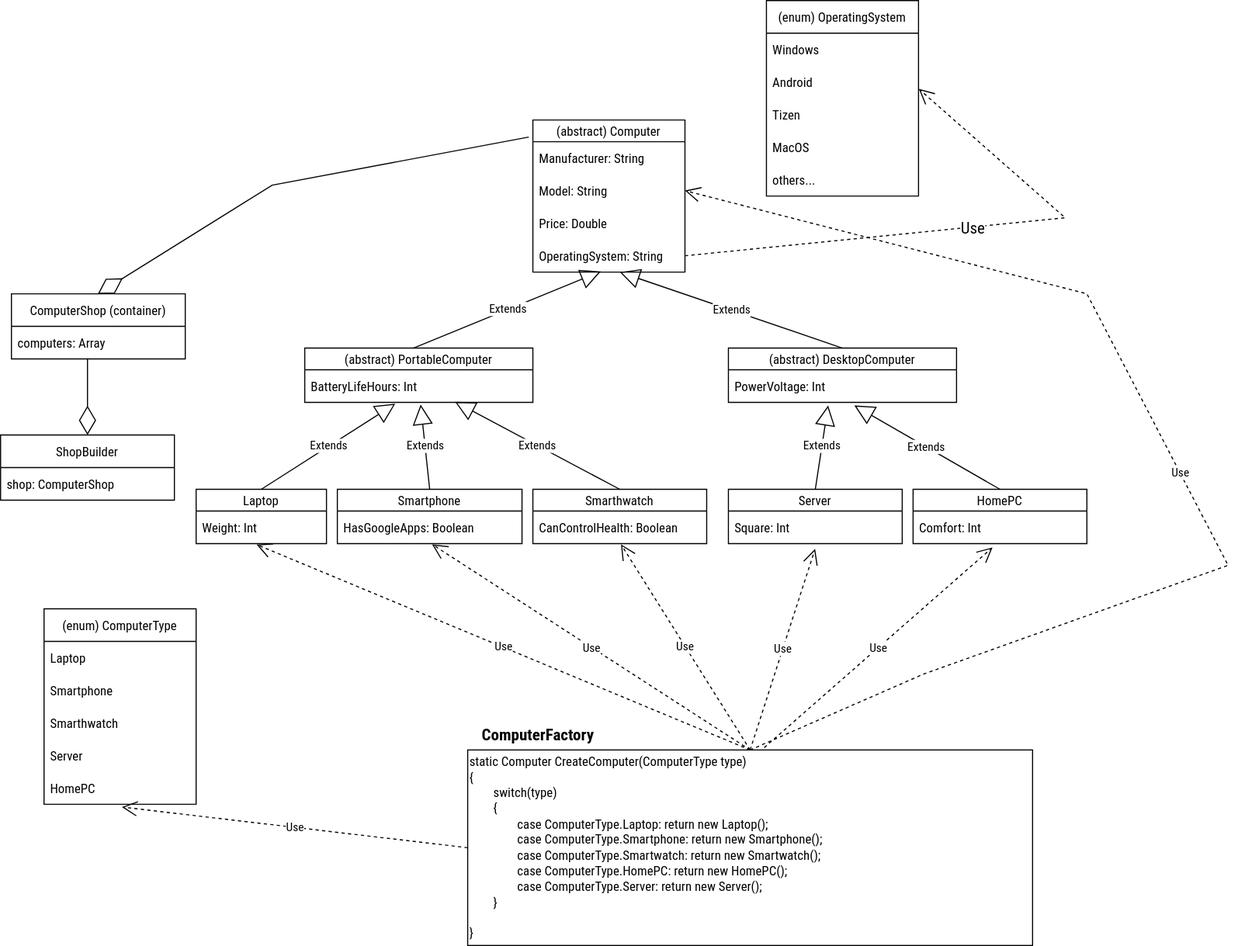
Earlier version of the draw.io export LR1/scheme.svg (user-of-github/BSUIR_Labs_Object-oriented-programming). Source tidied: cells renumbered, new cells last; positions are measured from the earlier drawing's top-left corner, leaving out a move shared by most shapes.
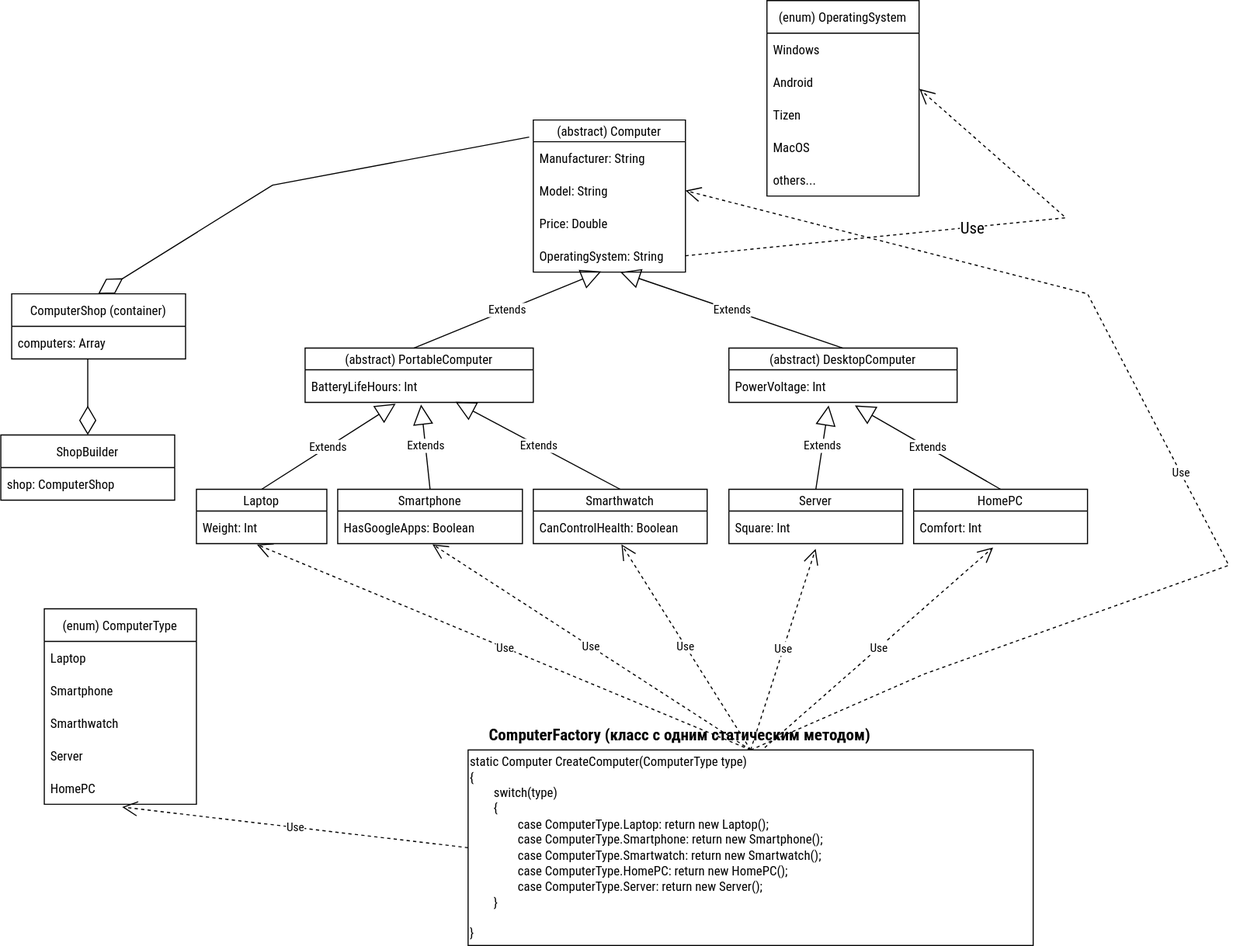
Above is the later version.

Change to the diagram source:
```diff
@@ -101,8 +101,8 @@
     <mxCell id="34" value="&lt;div&gt;static Computer CreateComputer(ComputerType type)&lt;/div&gt;&lt;div&gt;{&lt;/div&gt;&lt;div&gt;&lt;span&gt;&#9;&lt;/span&gt;&lt;span style=&quot;white-space: pre&quot;&gt;&#9;&lt;/span&gt;switch(type)&lt;/div&gt;&lt;div&gt;&lt;span&gt;&#9;&lt;/span&gt;&lt;span style=&quot;white-space: pre&quot;&gt;&#9;&lt;/span&gt;{&lt;/div&gt;&lt;div&gt;&lt;span&gt;&#9;&lt;span&gt;&#9;&lt;/span&gt;&lt;span style=&quot;white-space: pre&quot;&gt;&#9;&lt;/span&gt;&lt;span style=&quot;white-space: pre&quot;&gt;&#9;&lt;/span&gt;case ComputerType.Laptop:&lt;/span&gt; return new Laptop();&lt;/div&gt;&lt;div&gt;&lt;span&gt;&#9;&lt;span&gt;&#9;&lt;/span&gt;&lt;/span&gt;&lt;span&gt;&lt;span&gt;&lt;/span&gt;&lt;span style=&quot;white-space: pre&quot;&gt;&#9;&lt;/span&gt;&lt;span style=&quot;white-space: pre&quot;&gt;&#9;&lt;/span&gt;case ComputerType.Smartphone:&lt;/span&gt; return new &lt;span&gt;Smartphone&lt;/span&gt;();&lt;br&gt;&lt;span&gt;&lt;span&gt;&lt;/span&gt;&lt;span style=&quot;white-space: pre&quot;&gt;&#9;&lt;/span&gt;&lt;span style=&quot;white-space: pre&quot;&gt;&#9;&lt;/span&gt;case ComputerType.Smartwatch:&lt;/span&gt; return new &lt;span&gt;Smartwatch&lt;/span&gt;();&lt;br&gt;&lt;span&gt;&lt;span&gt;&lt;/span&gt;&lt;span style=&quot;white-space: pre&quot;&gt;&#9;&lt;span style=&quot;white-space: pre&quot;&gt;&#9;&lt;/span&gt;&lt;/span&gt;case ComputerType.HomePC:&lt;/span&gt; return new HomePC();&lt;br&gt;&lt;span&gt;&lt;span&gt;&lt;/span&gt;&lt;span style=&quot;white-space: pre&quot;&gt;&#9;&lt;/span&gt;&lt;span style=&quot;white-space: pre&quot;&gt;&#9;&lt;/span&gt;case ComputerType.Server:&lt;/span&gt; return new Server();&lt;br&gt;&lt;span&gt;&#9;&lt;/span&gt;&lt;span style=&quot;white-space: pre&quot;&gt;&#9;&lt;/span&gt;}&lt;br&gt;&lt;/div&gt;&lt;div&gt;&lt;br&gt;&lt;/div&gt;&lt;div&gt;}&lt;br&gt;&lt;/div&gt;" style="rounded=0;whiteSpace=wrap;html=1;align=left;fontFamily=Roboto Condensed;fontSource=https%3A%2F%2Ffonts.googleapis.com%2Fcss%3Ffamily%3DRoboto%2BCondensed;" parent="1" vertex="1">
       <mxGeometry x="430" y="690" width="520" height="180" as="geometry" />
     </mxCell>
-    <mxCell id="35" value="ComputerFactory" style="text;html=1;strokeColor=none;fillColor=none;align=center;verticalAlign=middle;whiteSpace=wrap;rounded=0;fontFamily=Roboto Condensed;fontSource=https%3A%2F%2Ffonts.googleapis.com%2Fcss%3Ffamily%3DRoboto%2BCondensed;fontStyle=1;fontSize=15;" parent="1" vertex="1">
-      <mxGeometry x="430" y="666" width="130" height="20" as="geometry" />
+    <mxCell id="35" value="ComputerFactory (класс с одним статическим методом)" style="text;html=1;strokeColor=none;fillColor=none;align=center;verticalAlign=middle;whiteSpace=wrap;rounded=0;fontFamily=Roboto Condensed;fontSource=https%3A%2F%2Ffonts.googleapis.com%2Fcss%3Ffamily%3DRoboto%2BCondensed;fontStyle=1;fontSize=15;" parent="1" vertex="1">
+      <mxGeometry x="430" y="666" width="390" height="20" as="geometry" />
     </mxCell>
     <mxCell id="36" value="ComputerShop (container)" style="swimlane;fontStyle=0;horizontal=1;startSize=30;fontFamily=Roboto Condensed;fontSource=https%3A%2F%2Ffonts.googleapis.com%2Fcss%3Ffamily%3DRoboto%2BCondensed;" parent="1" vertex="1">
       <mxGeometry x="10" y="270" width="160" height="60" as="geometry" />
```
